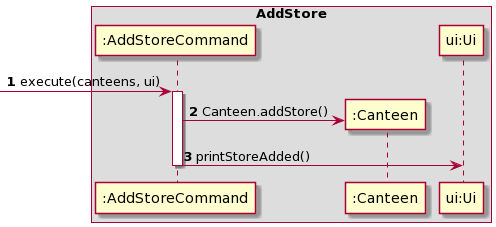
This is docs/img/AddStore.png from nus-cs2113-AY2021S2/tp, a PlantUML export, as it was before one commit.
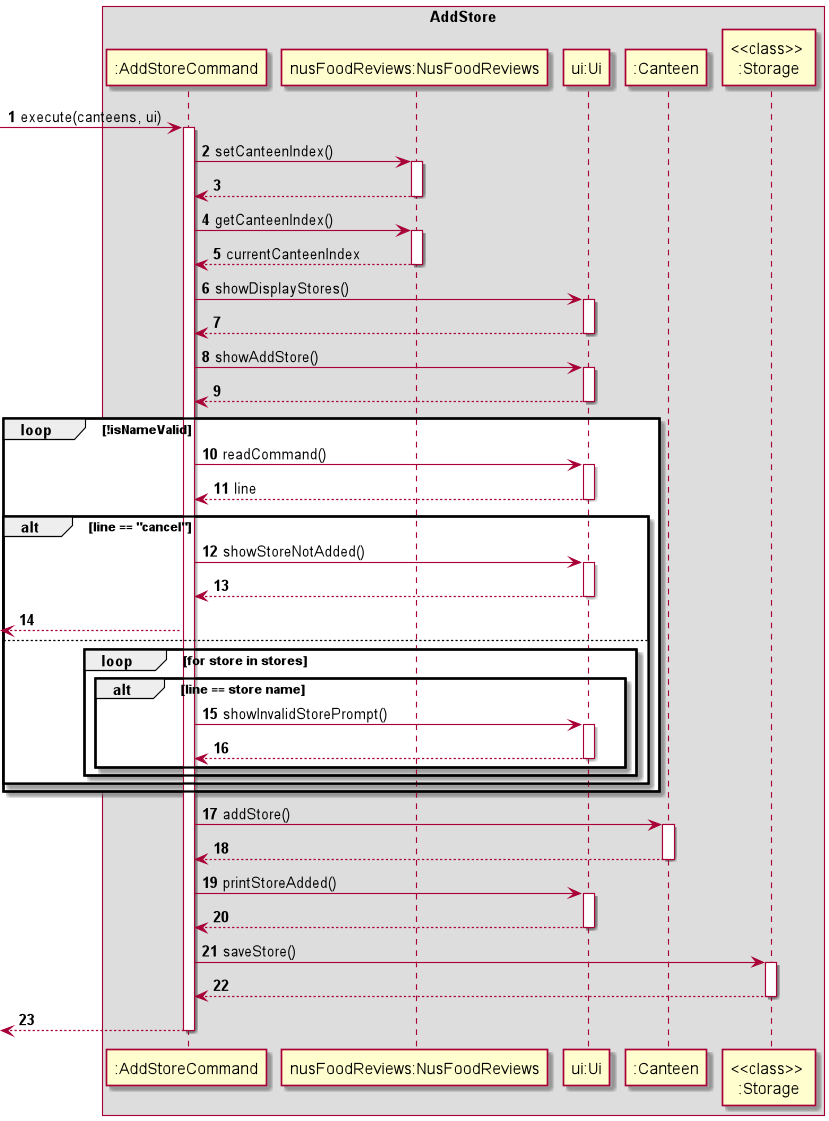
The same diagram one commit later.

Commit message:
Update Developer Guide for Add/DeleteCanteen, AddStore

What changed in the source:
```diff
@@ -6,11 +6,66 @@
 ->":AddStoreCommand" : execute(canteens, ui)
 activate ":AddStoreCommand"
 
-create ":Canteen"
-":AddStoreCommand" -> ":Canteen" : Canteen.addStore()
+":AddStoreCommand" -> "nusFoodReviews:NusFoodReviews" : setCanteenIndex()
+activate "nusFoodReviews:NusFoodReviews"
+"nusFoodReviews:NusFoodReviews" --> ":AddStoreCommand"
+deactivate "nusFoodReviews:NusFoodReviews"
 
+":AddStoreCommand" -> "nusFoodReviews:NusFoodReviews" : getCanteenIndex()
+activate "nusFoodReviews:NusFoodReviews"
+"nusFoodReviews:NusFoodReviews" --> ":AddStoreCommand" : currentCanteenIndex
+deactivate "nusFoodReviews:NusFoodReviews"
+
+":AddStoreCommand" -> "ui:Ui" : showDisplayStores()
+activate "ui:Ui"
+"ui:Ui" --> ":AddStoreCommand"
+deactivate "ui:Ui"
+
+":AddStoreCommand" -> "ui:Ui" : showAddStore()
+activate "ui:Ui"
+"ui:Ui" --> ":AddStoreCommand"
+deactivate "ui:Ui"
+
+loop !isNameValid
+    ":AddStoreCommand" -> "ui:Ui" : readCommand()
+    activate "ui:Ui"
+    "ui:Ui" --> ":AddStoreCommand" : line
+    deactivate "ui:Ui"
+
+    alt line == "cancel"
+    ":AddStoreCommand" -> "ui:Ui" : showStoreNotAdded()
+    activate "ui:Ui"
+    "ui:Ui" --> ":AddStoreCommand"
+    deactivate "ui:Ui"
+    <-- ":AddStoreCommand"
+
+    else
+        loop for store in stores
+            alt line == store name
+            ":AddStoreCommand" -> "ui:Ui" : showInvalidStorePrompt()
+            activate "ui:Ui"
+            "ui:Ui" --> ":AddStoreCommand"
+            deactivate "ui:Ui"
+            end
+        end
+    end
+end
+
+":AddStoreCommand" -> ":Canteen" : addStore()
+activate ":Canteen"
+":Canteen" --> ":AddStoreCommand"
+deactivate ":Canteen"
 
 ":AddStoreCommand" -> "ui:Ui" : printStoreAdded()
+activate "ui:Ui"
+"ui:Ui" --> ":AddStoreCommand"
+deactivate "ui:Ui"
 
+":AddStoreCommand" -> "<<class>> \n:Storage" : saveStore()
+activate "<<class>> \n:Storage"
+"<<class>> \n:Storage" --> ":AddStoreCommand"
+deactivate "<<class>> \n:Storage"
+
+<-- ":AddStoreCommand"
 deactivate ":AddStoreCommand"
 @enduml
```
